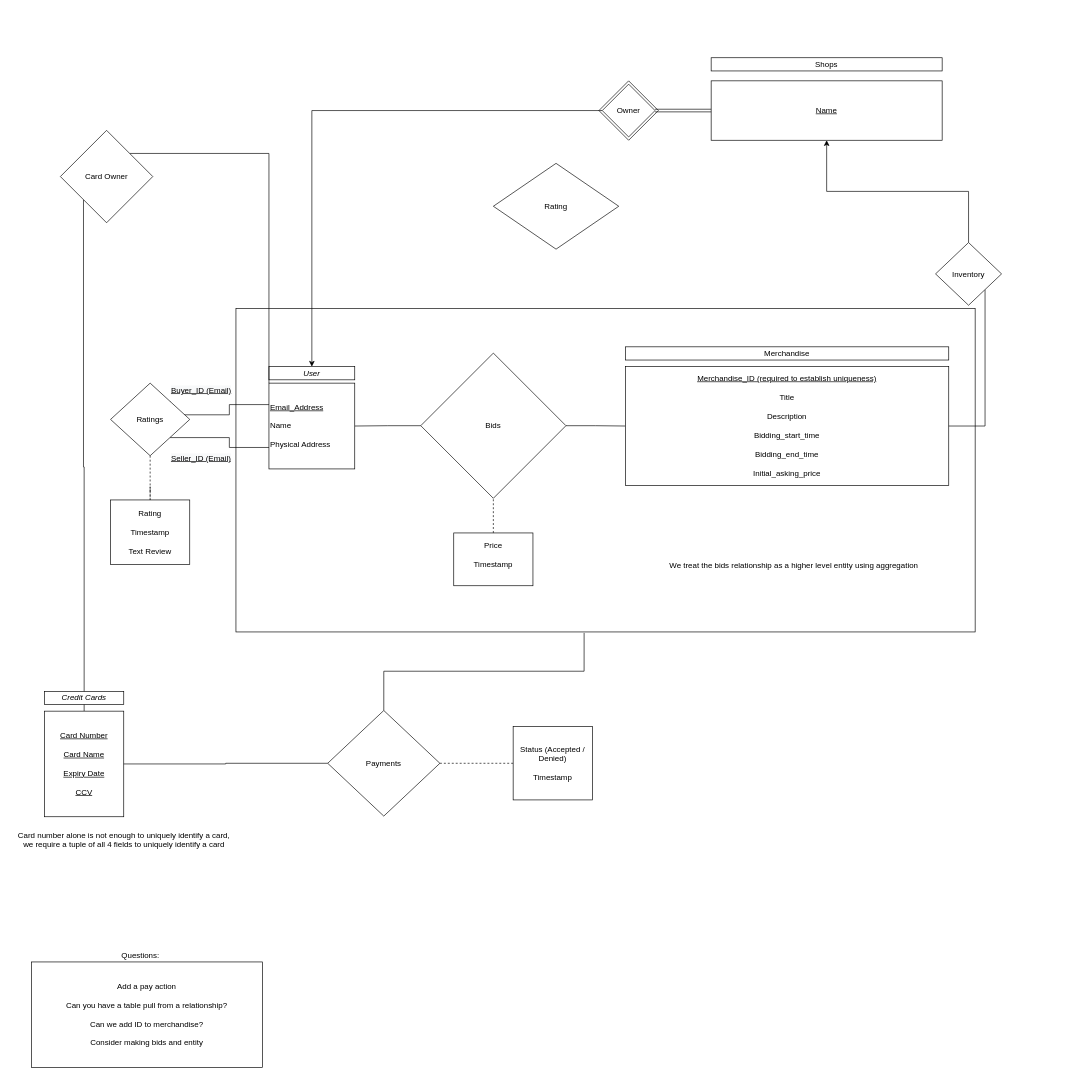
Above: DatabasesERHW.drawio in LeonVortmeyer/LeetCode-Solutions (draw.io), before the change. Source tidied: cells renumbered, new cells numbered last; positions are measured from the earlier drawing's top-left corner, leaving out a move shared by most shapes. Both pictures are drawn from the tidied source at 66%, with x=0, y=0 at pixel (11, 57).
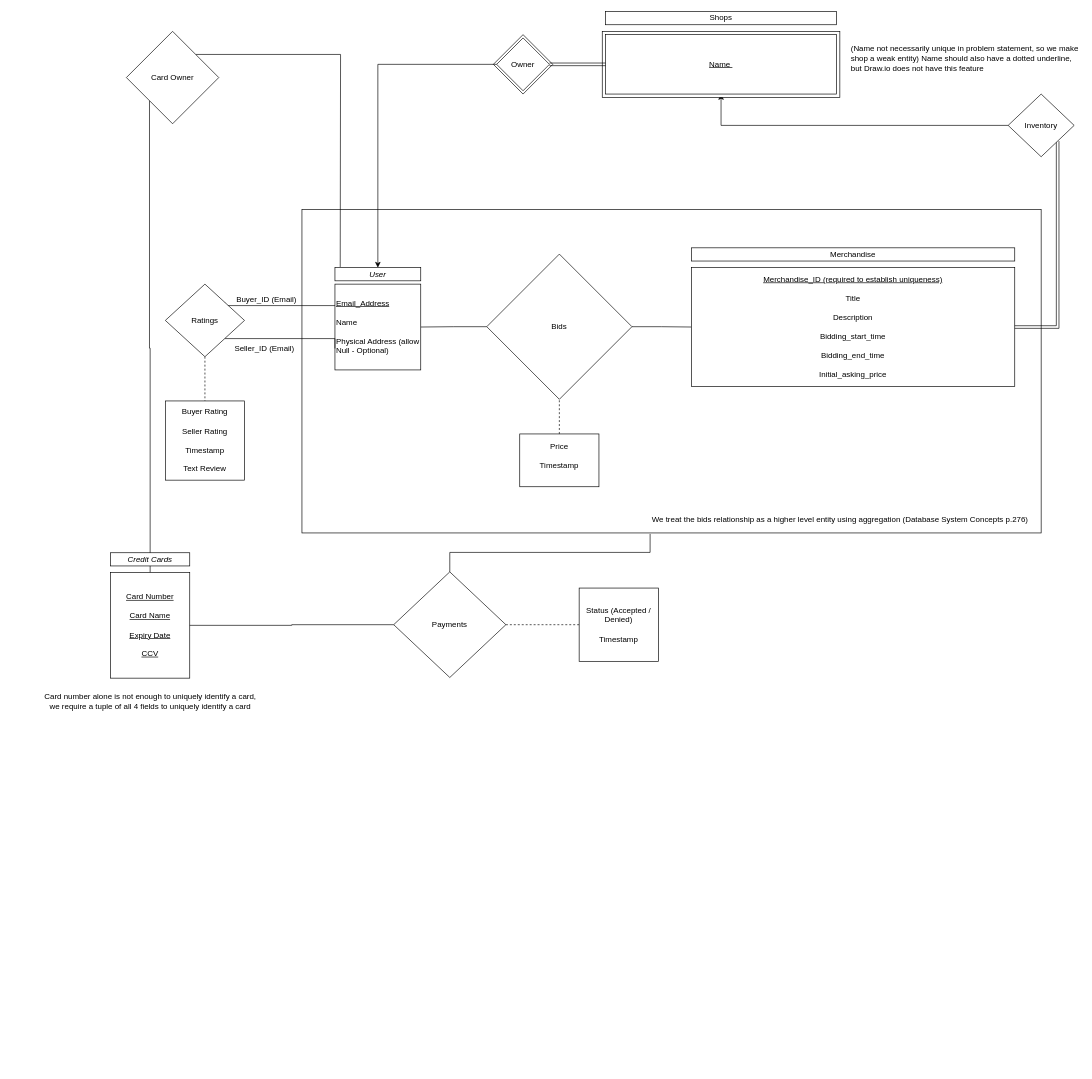
The same diagram, later.

Unchanged cells that the change refers to:
```xml
<mxCell id="14" value="&lt;u&gt;Merchandise_ID (required to establish uniqueness)&lt;br&gt;&lt;br&gt;&lt;/u&gt;Title&lt;br&gt;&lt;br&gt;Description&lt;br&gt;&lt;br&gt;Bidding_start_time&lt;br&gt;&lt;br&gt;Bidding_end_time&lt;br&gt;&lt;br&gt;Initial_asking_price" style="rounded=0;whiteSpace=wrap;html=1;" parent="12" vertex="1">
  <mxGeometry y="30" width="490" height="180" as="geometry" />
</mxCell>
```

Diff of the diagram source:
```diff
@@
     <mxCell id="2" style="rounded=0;whiteSpace=wrap;html=1;" parent="1" vertex="1">
-      <mxGeometry x="340" y="380" width="1120" height="490" as="geometry" />
+      <mxGeometry x="440" y="230" width="1120" height="490" as="geometry" />
     </mxCell>
@@
     <mxCell id="5" value="Bids" style="rhombus;whiteSpace=wrap;html=1;" parent="1" vertex="1">
-      <mxGeometry x="620" y="447.5" width="220" height="220" as="geometry" />
+      <mxGeometry x="720" y="297.5" width="220" height="220" as="geometry" />
     </mxCell>
@@
     <mxCell id="7" value="Price&lt;br&gt;&lt;br&gt;Timestamp&lt;br&gt;&lt;br&gt;" style="whiteSpace=wrap;html=1;" parent="1" vertex="1">
-      <mxGeometry x="670" y="720" width="120" height="80" as="geometry" />
+      <mxGeometry x="770" y="570" width="120" height="80" as="geometry" />
     </mxCell>
@@
-    <mxCell id="9" value="Add a pay action&lt;br&gt;&lt;br&gt;Can you have a table pull from a relationship?&lt;br&gt;&lt;br&gt;Can we add ID to merchandise?&lt;br&gt;&lt;br&gt;Consider making bids and entity" style="rounded=0;whiteSpace=wrap;html=1;" parent="1" vertex="1">
-      <mxGeometry x="30" y="1370" width="350" height="160" as="geometry" />
-    </mxCell>
-    <mxCell id="10" value="Questions:&lt;br&gt;" style="text;html=1;align=center;verticalAlign=middle;strokeColor=none;fillColor=none;" parent="1" vertex="1">
-      <mxGeometry x="160" y="1350" width="70" height="20" as="geometry" />
-    </mxCell>
     <mxCell id="11" style="whiteSpace=wrap;html=1;opacity=0;" parent="1" vertex="1">
-      <mxGeometry x="760" y="970" width="120" height="60" as="geometry" />
+      <mxGeometry x="860" y="760" width="120" height="60" as="geometry" />
     </mxCell>
     <mxCell id="12" style="group;" parent="1" vertex="1">
-      <mxGeometry x="930" y="438" width="490" height="210" as="geometry" />
+      <mxGeometry x="1030" y="288" width="490" height="210" as="geometry" />
     </mxCell>
@@
     <mxCell id="15" style="group;" parent="1" vertex="1">
-      <mxGeometry x="390" y="468" width="130" height="155" as="geometry" />
+      <mxGeometry x="490" y="318" width="130" height="155" as="geometry" />
     </mxCell>
-    <mxCell id="16" value="&lt;u&gt;Email_Address&lt;br&gt;&lt;/u&gt;&lt;br&gt;Name&lt;br&gt;&lt;br&gt;Physical Address" style="rounded=0;whiteSpace=wrap;html=1;align=left;" parent="15" vertex="1">
+    <mxCell id="16" value="&lt;u&gt;Email_Address&lt;br&gt;&lt;/u&gt;&lt;br&gt;Name&lt;br&gt;&lt;br&gt;Physical Address (allow Null - Optional)" style="rounded=0;whiteSpace=wrap;html=1;align=left;" parent="15" vertex="1">
       <mxGeometry y="25" width="130" height="130" as="geometry" />
     </mxCell>
@@
-    <mxCell id="18" style="edgeStyle=orthogonalEdgeStyle;rounded=0;jettySize=auto;html=1;exitX=1;exitY=0;exitDx=0;exitDy=0;entryX=0;entryY=0;entryDx=0;entryDy=0;endArrow=none;endFill=0;strokeColor=default;" parent="1" edge="1" source="19" target="16">
-      <mxGeometry relative="1" as="geometry" />
+    <mxCell id="18" style="edgeStyle=orthogonalEdgeStyle;rounded=0;jettySize=auto;html=1;exitX=1;exitY=0;exitDx=0;exitDy=0;entryX=0;entryY=0;entryDx=0;entryDy=0;endArrow=none;endFill=0;strokeColor=default;" parent="1" edge="1" source="19">
+      <mxGeometry relative="1" as="geometry">
+        <mxPoint x="498" y="317" as="targetPoint" />
+      </mxGeometry>
     </mxCell>
     <mxCell id="19" value="Card Owner" style="rhombus;whiteSpace=wrap;html=1;" parent="1" vertex="1">
-      <mxGeometry x="74" y="110" width="140" height="140" as="geometry" />
+      <mxGeometry x="174" y="-40" width="140" height="140" as="geometry" />
     </mxCell>
@@
-    <mxCell id="21" style="edgeStyle=orthogonalEdgeStyle;rounded=0;jettySize=auto;html=1;exitX=1;exitY=1;exitDx=0;exitDy=0;entryX=1;entryY=0.5;entryDx=0;entryDy=0;endArrow=none;endFill=0;" parent="1" edge="1" source="22" target="14">
+    <mxCell id="21" style="edgeStyle=orthogonalEdgeStyle;rounded=0;jettySize=auto;html=1;exitX=1;exitY=1;exitDx=0;exitDy=0;entryX=1;entryY=0.5;entryDx=0;entryDy=0;endArrow=none;endFill=0;shape=link;" parent="1" edge="1" source="22" target="14">
       <mxGeometry relative="1" as="geometry" />
     </mxCell>
     <mxCell id="22" value="Inventory" style="rhombus;whiteSpace=wrap;html=1;" parent="1" vertex="1">
-      <mxGeometry x="1400" y="280" width="100" height="95" as="geometry" />
+      <mxGeometry x="1510" y="55" width="100" height="95" as="geometry" />
     </mxCell>
     <mxCell id="23" style="group;" parent="1" vertex="1">
-      <mxGeometry x="890" width="520" height="155" as="geometry" />
+      <mxGeometry x="730" y="-70" width="525" height="155" as="geometry" />
     </mxCell>
     <mxCell id="24" style="group;" parent="23" vertex="1">
-      <mxGeometry width="520" height="155" as="geometry" />
+      <mxGeometry width="525" height="155" as="geometry" />
     </mxCell>
+    <mxCell id="50" style="rounded=0;whiteSpace=wrap;html=1;" parent="24" vertex="1">
+      <mxGeometry x="165" y="30" width="360" height="100" as="geometry" />
+    </mxCell>
@@
-    <mxCell id="26" value="&lt;u&gt;Name&lt;/u&gt;" style="rounded=0;whiteSpace=wrap;html=1;" parent="24" vertex="1">
+    <mxCell id="26" value="&lt;u&gt;Name&amp;nbsp;&lt;/u&gt;" style="rounded=0;whiteSpace=wrap;html=1;" parent="24" vertex="1">
       <mxGeometry x="170" y="35" width="350" height="90" as="geometry" />
     </mxCell>
@@
     <mxCell id="31" style="group;" parent="1" vertex="1">
-      <mxGeometry x="50" y="960" width="120" height="190" as="geometry" />
+      <mxGeometry x="150" y="750" width="120" height="190" as="geometry" />
     </mxCell>
@@
-    <mxCell id="34" value="We treat the bids relationship as a higher level entity using aggregation" style="text;html=1;align=center;verticalAlign=middle;strokeColor=none;fillColor=none;" parent="1" vertex="1">
-      <mxGeometry x="990" y="760" width="390" height="20" as="geometry" />
+    <mxCell id="34" value="We treat the bids relationship as a higher level entity using aggregation (Database System Concepts p.276)" style="text;html=1;align=center;verticalAlign=middle;strokeColor=none;fillColor=none;" parent="1" vertex="1">
+      <mxGeometry x="960" y="690" width="590" height="20" as="geometry" />
     </mxCell>
@@
     <mxCell id="37" value="Payments" style="rhombus;whiteSpace=wrap;html=1;" parent="1" vertex="1">
-      <mxGeometry x="479" y="989" width="170" height="160" as="geometry" />
+      <mxGeometry x="579" y="779" width="170" height="160" as="geometry" />
     </mxCell>
     <mxCell id="38" value="Status (Accepted / Denied)&lt;br&gt;&lt;br&gt;Timestamp" style="whiteSpace=wrap;html=1;" parent="1" vertex="1">
-      <mxGeometry x="760" y="1013.5" width="120" height="111" as="geometry" />
+      <mxGeometry x="860" y="803.5" width="120" height="111" as="geometry" />
     </mxCell>
@@
     <mxCell id="40" value="Card number alone is not enough to uniquely identify a card, &lt;br&gt;we require a tuple of all 4 fields to uniquely identify a card" style="text;html=1;align=center;verticalAlign=middle;strokeColor=none;fillColor=none;" parent="1" vertex="1">
-      <mxGeometry y="1170" width="340" height="30" as="geometry" />
+      <mxGeometry x="40" y="960" width="340" height="30" as="geometry" />
     </mxCell>
-    <mxCell id="41" value="Rating" style="rhombus;whiteSpace=wrap;html=1;" parent="1" vertex="1">
-      <mxGeometry x="730" y="160" width="190" height="130" as="geometry" />
-    </mxCell>
     <mxCell id="42" style="edgeStyle=orthogonalEdgeStyle;rounded=0;jettySize=auto;html=1;exitX=1;exitY=0;exitDx=0;exitDy=0;entryX=0;entryY=0.25;entryDx=0;entryDy=0;endArrow=none;endFill=0;" parent="1" edge="1" source="45" target="16">
       <mxGeometry relative="1" as="geometry">
         <Array as="points">
-          <mxPoint x="330" y="541" />
-          <mxPoint x="330" y="525" />
+          <mxPoint x="323" y="376" />
         </Array>
       </mxGeometry>
     </mxCell>
     <mxCell id="43" style="edgeStyle=orthogonalEdgeStyle;rounded=0;jettySize=auto;html=1;exitX=1;exitY=1;exitDx=0;exitDy=0;entryX=0;entryY=0.75;entryDx=0;entryDy=0;endArrow=none;endFill=0;" parent="1" edge="1" source="45" target="16">
-      <mxGeometry relative="1" as="geometry" />
+      <mxGeometry relative="1" as="geometry">
+        <Array as="points">
+          <mxPoint x="490" y="425" />
+        </Array>
+      </mxGeometry>
     </mxCell>
@@
     <mxCell id="45" value="Ratings" style="rhombus;whiteSpace=wrap;html=1;" parent="1" vertex="1">
-      <mxGeometry x="150" y="493" width="120" height="110" as="geometry" />
+      <mxGeometry x="233" y="343" width="120" height="110" as="geometry" />
     </mxCell>
+    <mxCell id="49" value="Buyer Rating&lt;br&gt;&lt;br&gt;Seller Rating&lt;br&gt;&lt;br&gt;Timestamp&lt;br&gt;&lt;br&gt;Text Review" style="whiteSpace=wrap;html=1;" parent="1" vertex="1">
+      <mxGeometry x="233" y="520" width="120" height="120" as="geometry" />
+    </mxCell>
+    <mxCell id="51" value="&lt;span style=&quot;text-align: center ; text-indent: 0px&quot;&gt;&lt;font face=&quot;helvetica&quot;&gt;(Name not necessarily unique in problem statement, so we make shop a weak entity) Name should also have a dotted underline, but&amp;nbsp;Draw.io does not have this feature&lt;/font&gt;&lt;/span&gt;" style="text;whiteSpace=wrap;html=1;" parent="1" vertex="1">
+      <mxGeometry x="1270" y="-27.5" width="350" height="70" as="geometry" />
+    </mxCell>
-    <mxCell id="46" value="&lt;u style=&quot;color: rgb(0 , 0 , 0) ; font-family: &amp;#34;helvetica&amp;#34; ; font-size: 12px ; font-style: normal ; font-weight: 400 ; letter-spacing: normal ; text-align: left ; text-indent: 0px ; text-transform: none ; word-spacing: 0px ; background-color: rgb(248 , 249 , 250)&quot;&gt;Buyer_ID (Email)&lt;/u&gt;" style="text;whiteSpace=wrap;html=1;" parent="1" vertex="1">
-      <mxGeometry x="240" y="490" width="110" height="30" as="geometry" />
+    <mxCell id="46" value="Buyer_ID (Email)" style="text;html=1;align=center;verticalAlign=middle;strokeColor=none;fillColor=none;" parent="1" vertex="1">
+      <mxGeometry x="335" y="357" width="101" height="18" as="geometry" />
     </mxCell>
-    <mxCell id="47" value="&lt;u style=&quot;color: rgb(0 , 0 , 0) ; font-family: &amp;#34;helvetica&amp;#34; ; font-size: 12px ; font-style: normal ; font-weight: 400 ; letter-spacing: normal ; text-align: left ; text-indent: 0px ; text-transform: none ; word-spacing: 0px ; background-color: rgb(248 , 249 , 250)&quot;&gt;Seller_ID (Email)&lt;/u&gt;" style="text;whiteSpace=wrap;html=1;" parent="1" vertex="1">
-      <mxGeometry x="240" y="593" width="110" height="30" as="geometry" />
+    <mxCell id="47" value="Seller_ID (Email)" style="text;html=1;align=center;verticalAlign=middle;strokeColor=none;fillColor=none;" parent="1" vertex="1">
+      <mxGeometry x="332" y="432" width="101" height="18" as="geometry" />
     </mxCell>
-    <mxCell id="48" style="edgeStyle=orthogonalEdgeStyle;rounded=0;jettySize=auto;html=1;dashed=1;endArrow=none;endFill=0;" parent="1" edge="1" source="49">
-      <mxGeometry relative="1" as="geometry">
-        <mxPoint x="210" y="660" as="targetPoint" />
-      </mxGeometry>
-    </mxCell>
-    <mxCell id="49" value="Rating&lt;br&gt;&lt;br&gt;Timestamp&lt;br&gt;&lt;br&gt;Text Review&lt;br&gt;" style="whiteSpace=wrap;html=1;" parent="1" vertex="1">
-      <mxGeometry x="150" y="670" width="120" height="98" as="geometry" />
-    </mxCell>
```
